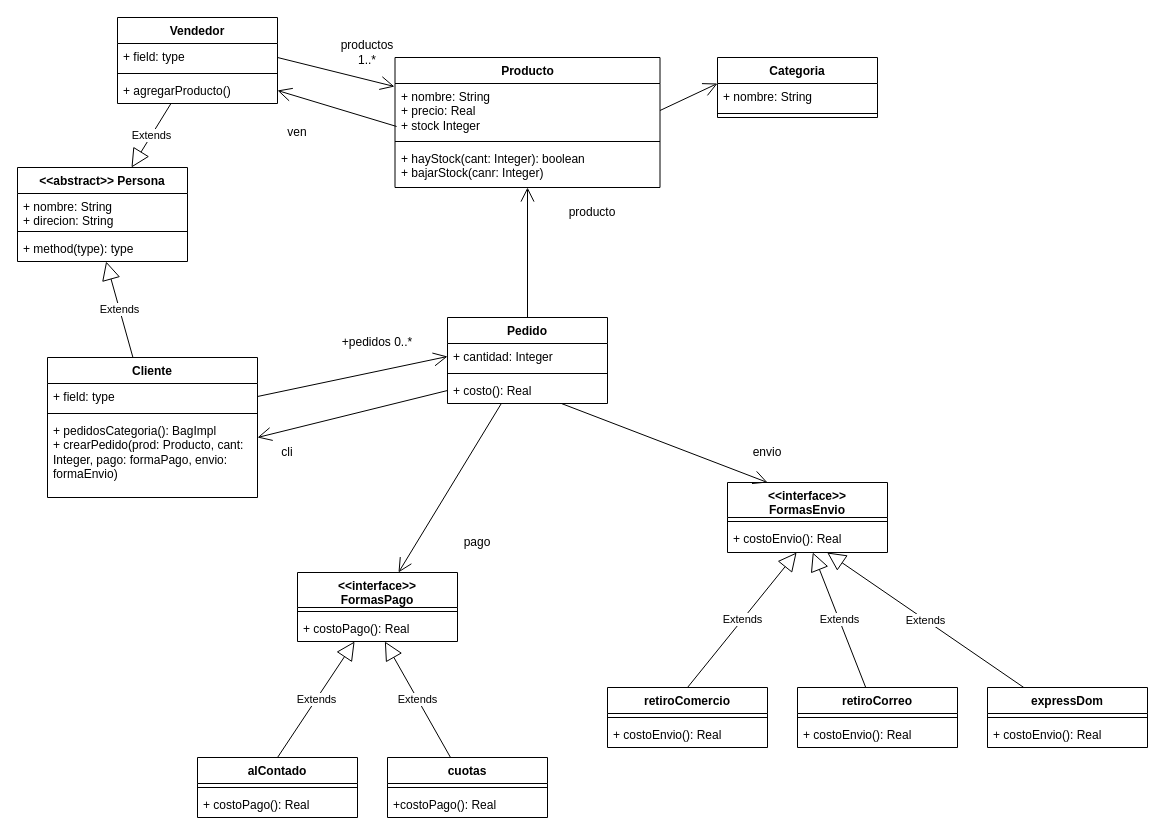
This is ProyMavenBase/P5E23/Ej23.drawio from fremn88/OO1_2024, a draw.io file, before an edit. Source tidied: cells renumbered, new cells numbered last; positions are measured from the earlier drawing's top-left corner, leaving out a move shared by most shapes. Both pictures are drawn from the tidied source at 100%, with x=0, y=0 at pixel (17, 17).
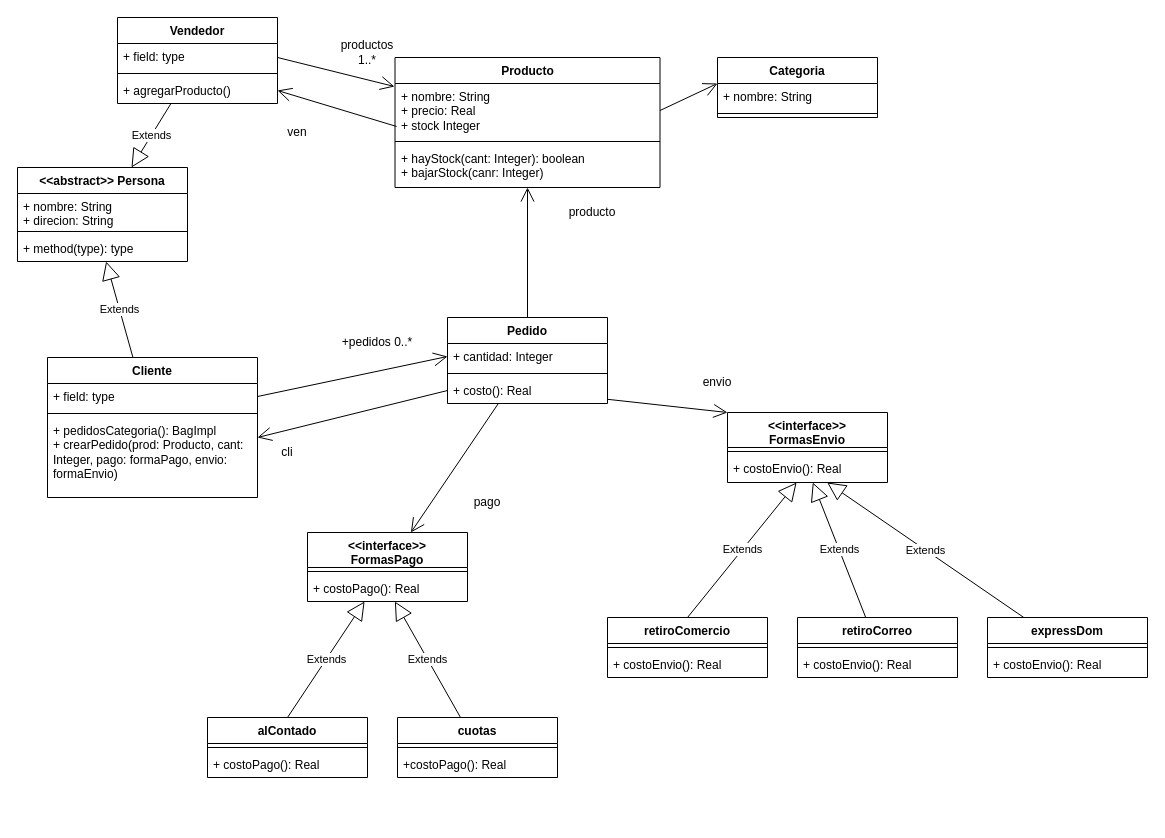
The same diagram, later.

Unchanged cells that the change refers to:
```xml
<mxCell id="23" value="+ costo(): Real" style="text;strokeColor=none;fillColor=none;align=left;verticalAlign=top;spacingLeft=4;spacingRight=4;overflow=hidden;points=[[0,0.5],[1,0.5]];portConstraint=eastwest;whiteSpace=wrap;html=1;" parent="20" vertex="1">
  <mxGeometry y="60" width="160" height="26" as="geometry" />
</mxCell>
```

The edit, as a diff of the source:
```diff
@@
     <mxCell id="24" value="&amp;lt;&amp;lt;interface&amp;gt;&amp;gt; &lt;br&gt;FormasPago" style="swimlane;fontStyle=1;align=center;verticalAlign=top;horizontal=1;startSize=35;whiteSpace=wrap;html=1;" parent="1" vertex="1">
-      <mxGeometry x="280" y="555" width="160" height="69" as="geometry" />
+      <mxGeometry x="290" y="515" width="160" height="69" as="geometry" />
     </mxCell>
@@
     <mxCell id="27" value="alContado" style="swimlane;fontStyle=1;align=center;verticalAlign=top;horizontal=1;startSize=26;whiteSpace=wrap;html=1;" parent="1" vertex="1">
-      <mxGeometry x="180" y="740" width="160" height="60" as="geometry" />
+      <mxGeometry x="190" y="700" width="160" height="60" as="geometry" />
     </mxCell>
@@
     <mxCell id="30" value="cuotas" style="swimlane;fontStyle=1;align=center;verticalAlign=top;horizontal=1;startSize=26;whiteSpace=wrap;html=1;" parent="1" vertex="1">
-      <mxGeometry x="370" y="740" width="160" height="60" as="geometry" />
+      <mxGeometry x="380" y="700" width="160" height="60" as="geometry" />
     </mxCell>
@@
     <mxCell id="35" value="&amp;lt;&amp;lt;interface&amp;gt;&amp;gt;&lt;br&gt;FormasEnvio" style="swimlane;fontStyle=1;align=center;verticalAlign=top;horizontal=1;startSize=35;whiteSpace=wrap;html=1;" parent="1" vertex="1">
-      <mxGeometry x="710" y="465" width="160" height="70" as="geometry" />
+      <mxGeometry x="710" y="395" width="160" height="70" as="geometry" />
     </mxCell>
@@
     <mxCell id="38" value="retiroComercio" style="swimlane;fontStyle=1;align=center;verticalAlign=top;horizontal=1;startSize=26;whiteSpace=wrap;html=1;" parent="1" vertex="1">
-      <mxGeometry x="590" y="670" width="160" height="60" as="geometry" />
+      <mxGeometry x="590" y="600" width="160" height="60" as="geometry" />
     </mxCell>
@@
     <mxCell id="41" value="retiroCorreo" style="swimlane;fontStyle=1;align=center;verticalAlign=top;horizontal=1;startSize=26;whiteSpace=wrap;html=1;" parent="1" vertex="1">
-      <mxGeometry x="780" y="670" width="160" height="60" as="geometry" />
+      <mxGeometry x="780" y="600" width="160" height="60" as="geometry" />
     </mxCell>
@@
     <mxCell id="46" value="expressDom" style="swimlane;fontStyle=1;align=center;verticalAlign=top;horizontal=1;startSize=26;whiteSpace=wrap;html=1;" parent="1" vertex="1">
-      <mxGeometry x="970" y="670" width="160" height="60" as="geometry" />
+      <mxGeometry x="970" y="600" width="160" height="60" as="geometry" />
     </mxCell>
@@
     <mxCell id="53" value="pago" style="text;strokeColor=none;align=center;fillColor=none;html=1;verticalAlign=middle;whiteSpace=wrap;rounded=0;" parent="1" vertex="1">
-      <mxGeometry x="430" y="510" width="60" height="30" as="geometry" />
+      <mxGeometry x="440" y="470" width="60" height="30" as="geometry" />
     </mxCell>
@@
-    <mxCell id="56" style="endArrow=open;endFill=1;endSize=12;html=1;rounded=0;entryX=0.25;entryY=0;entryDx=0;entryDy=0;" parent="1" edge="1" source="23" target="35">
+    <mxCell id="56" style="endArrow=open;endFill=1;endSize=12;html=1;rounded=0;entryX=0;entryY=0;entryDx=0;entryDy=0;" parent="1" edge="1" source="23" target="35">
       <mxGeometry relative="1" as="geometry" />
     </mxCell>
     <mxCell id="57" value="envio" style="text;strokeColor=none;align=center;fillColor=none;html=1;verticalAlign=middle;whiteSpace=wrap;rounded=0;" parent="1" vertex="1">
-      <mxGeometry x="720" y="420" width="60" height="30" as="geometry" />
+      <mxGeometry x="670" y="350" width="60" height="30" as="geometry" />
     </mxCell>
```
